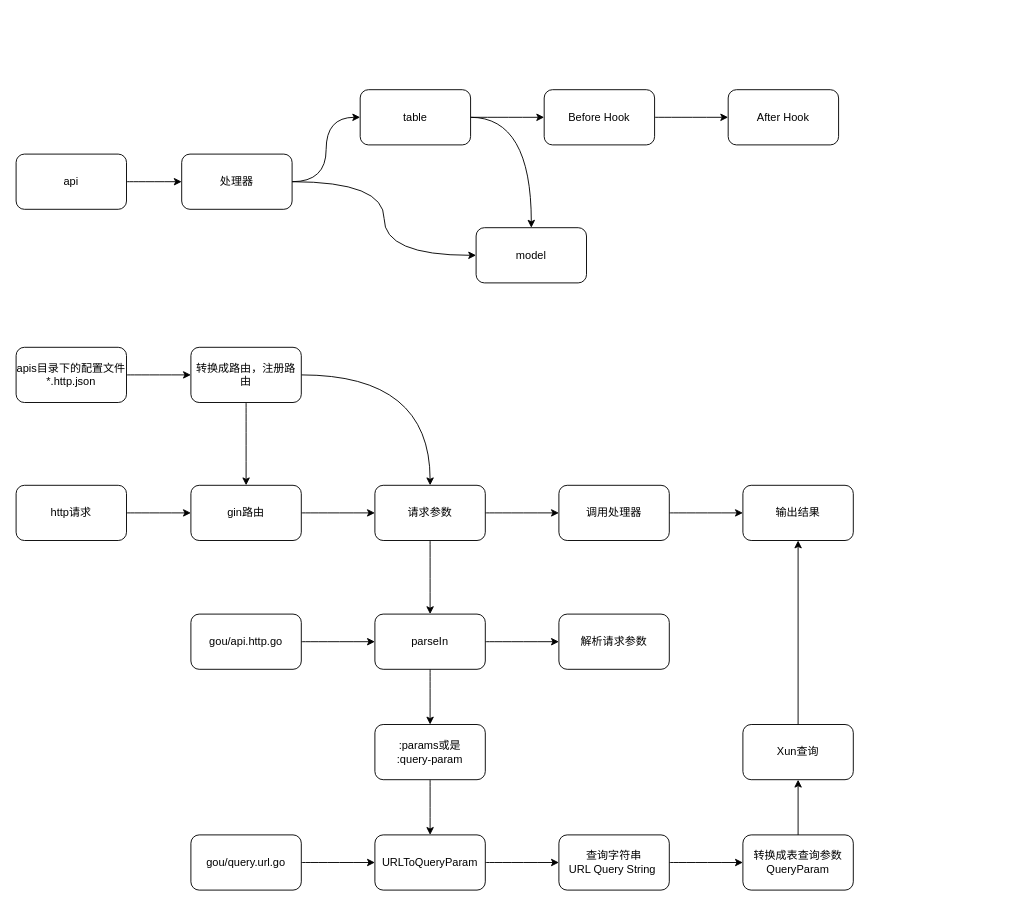
Earlier version of the draw.io diagram page "api请求过程" (5 of 10) of docs/流程图/drawio/yao_app.drawio (wwsheng009/yao-docs). Source tidied: cells renumbered, new cells numbered last; positions are measured from the earlier drawing's top-left corner, leaving out a move shared by most shapes. Both pictures are drawn from the tidied source at 92%, with x=0, y=0 at pixel (16, 89).
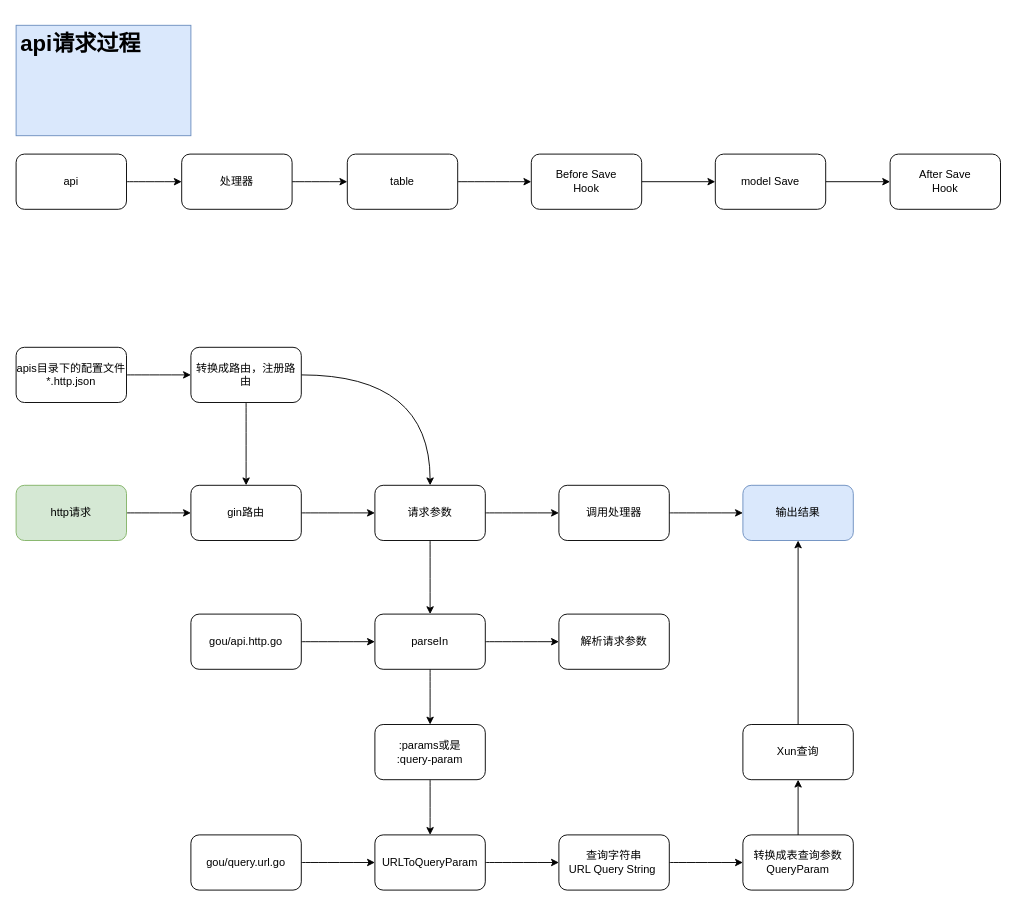
After the change.

Unchanged cells that the change refers to:
```xml
<mxCell id="4" value="处理器" style="rounded=1;whiteSpace=wrap;html=1;" parent="1" vertex="1">
  <mxGeometry x="180" y="70" width="120" height="60" as="geometry" />
</mxCell>
```

What changed in the source:
```diff
@@
-    <mxCell id="3" style="edgeStyle=orthogonalEdgeStyle;rounded=0;jettySize=auto;html=1;exitX=1;exitY=0.5;exitDx=0;exitDy=0;entryX=0;entryY=0.5;entryDx=0;entryDy=0;curved=1;" parent="1" edge="1" source="4" target="8">
-      <mxGeometry relative="1" as="geometry" />
-    </mxCell>
@@
-    <mxCell id="5" style="edgeStyle=orthogonalEdgeStyle;rounded=0;jettySize=auto;html=1;curved=1;" parent="1" edge="1" source="7" target="8">
-      <mxGeometry relative="1" as="geometry" />
-    </mxCell>
@@
     <mxCell id="7" value="table" style="rounded=1;whiteSpace=wrap;html=1;" parent="1" vertex="1">
-      <mxGeometry x="374" width="120" height="60" as="geometry" />
+      <mxGeometry x="360" y="70" width="120" height="60" as="geometry" />
     </mxCell>
+    <mxCell id="47" style="edgeStyle=none;html=1;exitX=1;exitY=0.5;exitDx=0;exitDy=0;entryX=0;entryY=0.5;entryDx=0;entryDy=0;" parent="1" edge="1" source="8" target="13">
+      <mxGeometry relative="1" as="geometry" />
+    </mxCell>
-    <mxCell id="8" value="model" style="rounded=1;whiteSpace=wrap;html=1;" parent="1" vertex="1">
-      <mxGeometry x="500" y="150" width="120" height="60" as="geometry" />
+    <mxCell id="8" value="model Save" style="rounded=1;whiteSpace=wrap;html=1;" parent="1" vertex="1">
+      <mxGeometry x="760" y="70" width="120" height="60" as="geometry" />
     </mxCell>
@@
-    <mxCell id="11" style="edgeStyle=orthogonalEdgeStyle;curved=1;rounded=0;jettySize=auto;html=1;" parent="1" edge="1" source="12" target="13">
-      <mxGeometry relative="1" as="geometry" />
-    </mxCell>
+    <mxCell id="48" style="edgeStyle=none;html=1;exitX=1;exitY=0.5;exitDx=0;exitDy=0;entryX=0;entryY=0.5;entryDx=0;entryDy=0;" parent="1" edge="1" source="12" target="8">
+      <mxGeometry relative="1" as="geometry" />
+    </mxCell>
-    <mxCell id="12" value="Before Hook" style="rounded=1;whiteSpace=wrap;html=1;" parent="1" vertex="1">
-      <mxGeometry x="574" width="120" height="60" as="geometry" />
+    <mxCell id="12" value="Before Save&lt;br&gt;Hook" style="rounded=1;whiteSpace=wrap;html=1;" parent="1" vertex="1">
+      <mxGeometry x="560" y="70" width="120" height="60" as="geometry" />
     </mxCell>
-    <mxCell id="13" value="After Hook" style="rounded=1;whiteSpace=wrap;html=1;" parent="1" vertex="1">
-      <mxGeometry x="774" width="120" height="60" as="geometry" />
+    <mxCell id="13" value="After Save&lt;br&gt;Hook" style="rounded=1;whiteSpace=wrap;html=1;" parent="1" vertex="1">
+      <mxGeometry x="950" y="70" width="120" height="60" as="geometry" />
     </mxCell>
@@
-    <mxCell id="15" value="http请求" style="rounded=1;whiteSpace=wrap;html=1;" parent="1" vertex="1">
+    <mxCell id="15" value="http请求" style="rounded=1;whiteSpace=wrap;html=1;fillColor=#d5e8d4;strokeColor=#82b366;" parent="1" vertex="1">
       <mxGeometry y="430" width="120" height="60" as="geometry" />
     </mxCell>
@@
-    <mxCell id="28" value="输出结果" style="rounded=1;whiteSpace=wrap;html=1;" parent="1" vertex="1">
+    <mxCell id="28" value="输出结果" style="rounded=1;whiteSpace=wrap;html=1;fillColor=#dae8fc;strokeColor=#6c8ebf;" parent="1" vertex="1">
       <mxGeometry x="790" y="430" width="120" height="60" as="geometry" />
     </mxCell>
@@
+    <mxCell id="49" value="&lt;h1&gt;api请求过程&lt;/h1&gt;" style="text;html=1;strokeColor=#6c8ebf;fillColor=#dae8fc;spacing=5;spacingTop=-20;whiteSpace=wrap;overflow=hidden;rounded=0;" parent="1" vertex="1">
+      <mxGeometry y="-70" width="190" height="120" as="geometry" />
+    </mxCell>
```
